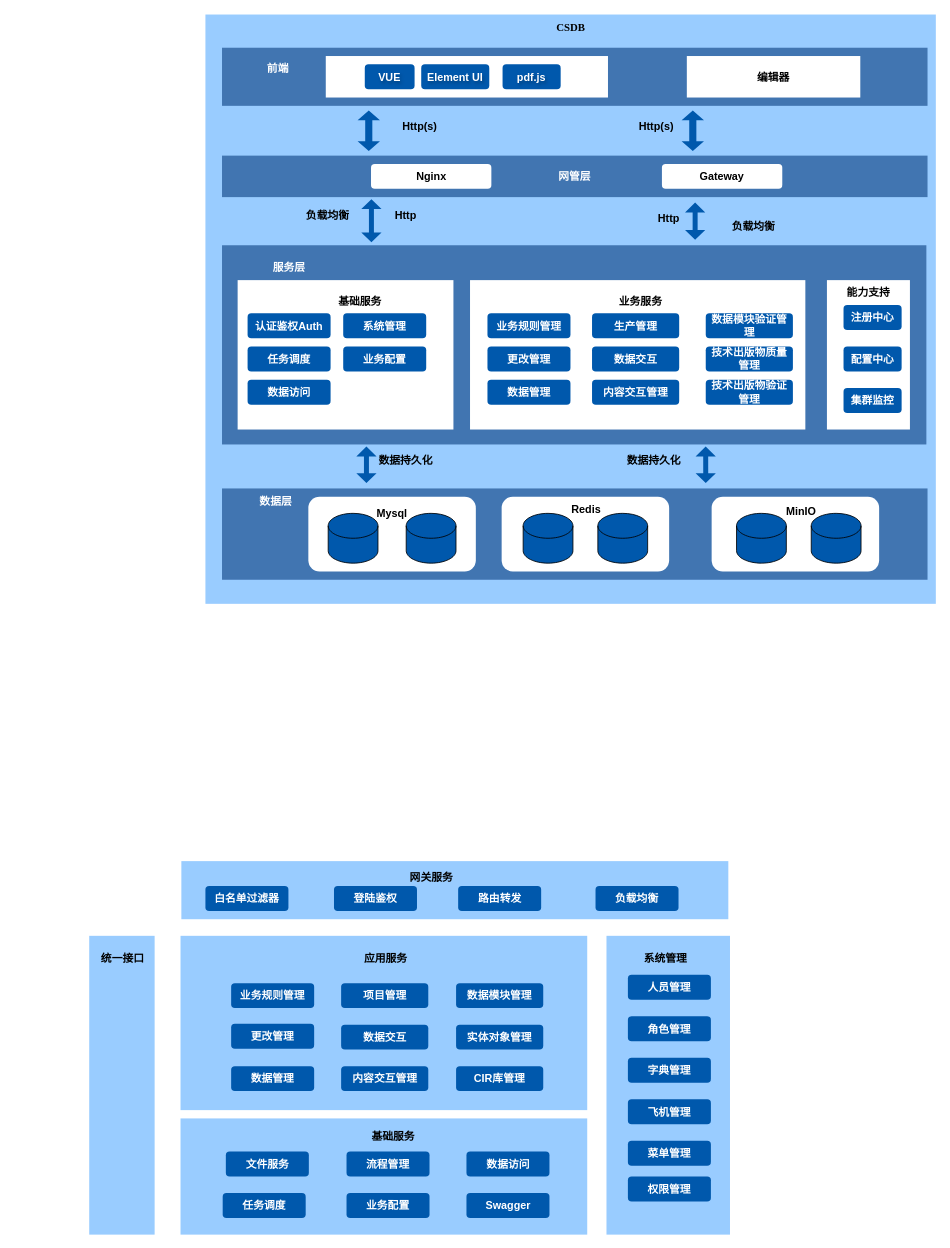
Before: csdb/应用架构图.drawio in DemonHan/KuickBuy, a draw.io diagram. Source tidied: cells renumbered, new cells numbered last; positions are measured from the earlier drawing's top-left corner, leaving out a move shared by most shapes. Both pictures are drawn from the tidied source at 83%, with x=0, y=0 at pixel (89, 14).
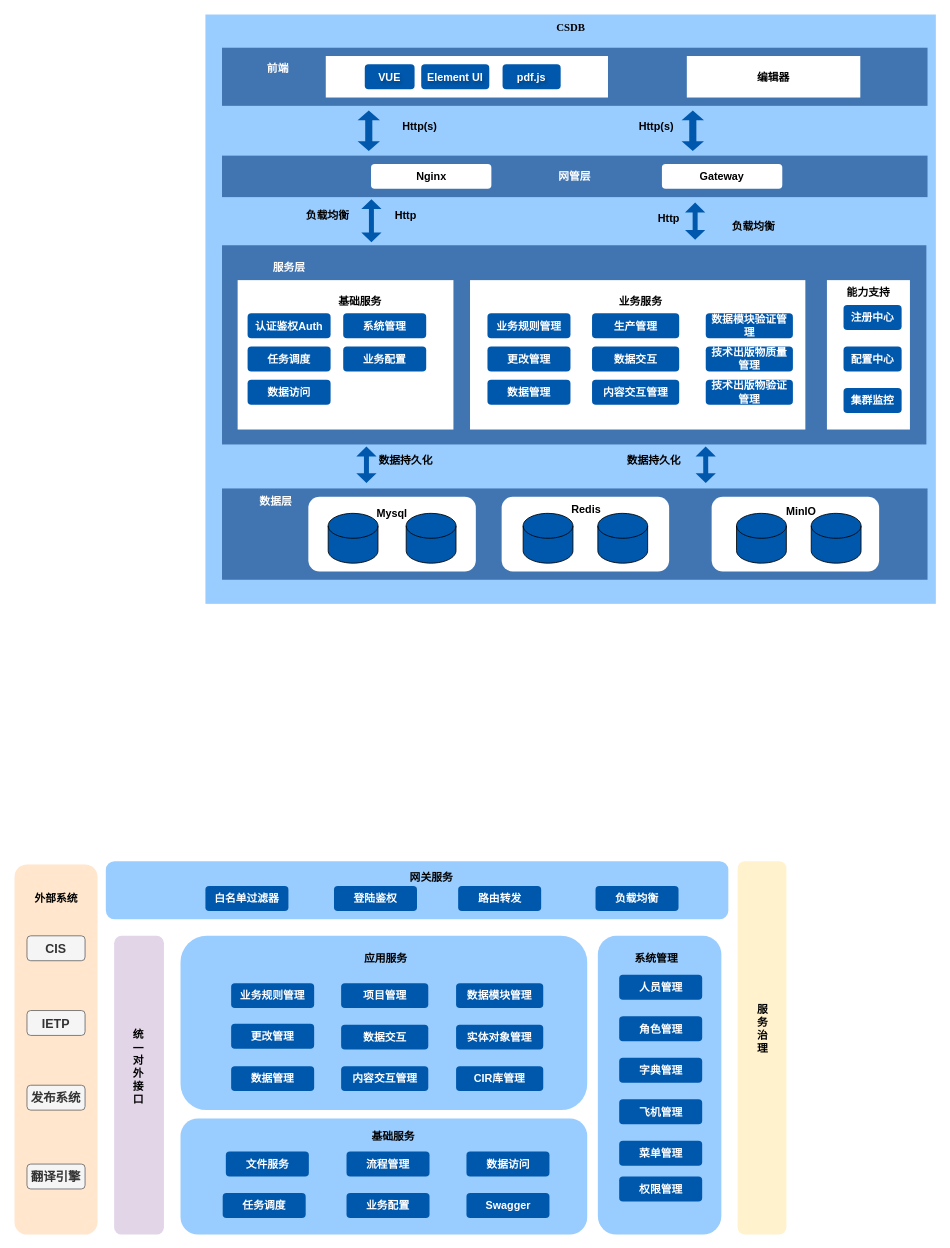
After the change.

Commit message (it also covers changes not shown here):
更新应用架构图.drawio

Change to the diagram source:
```diff
@@
-    <mxCell id="68" style="rounded=0;whiteSpace=wrap;html=1;fillColor=#99CCFF;strokeColor=none;" parent="1" vertex="1">
+    <mxCell id="68" style="rounded=1;whiteSpace=wrap;html=1;fillColor=#99CCFF;strokeColor=none;" parent="1" vertex="1">
       <mxGeometry x="110" y="1330" width="490" height="140" as="geometry" />
     </mxCell>
@@
-    <mxCell id="76" style="rounded=0;whiteSpace=wrap;html=1;fillColor=#99CCFF;strokeColor=none;" parent="1" vertex="1">
-      <mxGeometry x="623.2" y="1110" width="148.8" height="360" as="geometry" />
+    <mxCell id="76" style="rounded=1;whiteSpace=wrap;html=1;fillColor=#99CCFF;strokeColor=none;" parent="1" vertex="1">
+      <mxGeometry x="612.8" y="1110" width="148.8" height="360" as="geometry" />
     </mxCell>
     <mxCell id="77" value="系统管理" style="text;html=1;align=center;verticalAlign=middle;strokeColor=none;fillColor=none;fontStyle=1;fontSize=13;" parent="1" vertex="1">
-      <mxGeometry x="653.5" y="1122" width="80" height="30" as="geometry" />
+      <mxGeometry x="643" y="1122" width="80" height="30" as="geometry" />
     </mxCell>
     <mxCell id="78" value="人员管理" style="rounded=1;whiteSpace=wrap;html=1;fontStyle=1;fontSize=13;strokeColor=none;fillColor=#0058AC;fontColor=#FFFFFF;" parent="1" vertex="1">
-      <mxGeometry x="649" y="1157" width="100" height="30" as="geometry" />
+      <mxGeometry x="638.5" y="1157" width="100" height="30" as="geometry" />
     </mxCell>
     <mxCell id="79" value="角色管理" style="rounded=1;whiteSpace=wrap;html=1;fontStyle=1;fontSize=13;strokeColor=none;fillColor=#0058AC;fontColor=#FFFFFF;" parent="1" vertex="1">
-      <mxGeometry x="649" y="1207" width="100" height="30" as="geometry" />
+      <mxGeometry x="638.5" y="1207" width="100" height="30" as="geometry" />
     </mxCell>
     <mxCell id="80" value="字典管理" style="rounded=1;whiteSpace=wrap;html=1;fontStyle=1;fontSize=13;strokeColor=none;fillColor=#0058AC;fontColor=#FFFFFF;" parent="1" vertex="1">
-      <mxGeometry x="649" y="1257" width="100" height="30" as="geometry" />
+      <mxGeometry x="638.5" y="1257" width="100" height="30" as="geometry" />
     </mxCell>
     <mxCell id="81" value="飞机管理" style="rounded=1;whiteSpace=wrap;html=1;fontStyle=1;fontSize=13;strokeColor=none;fillColor=#0058AC;fontColor=#FFFFFF;" parent="1" vertex="1">
-      <mxGeometry x="649" y="1307" width="100" height="30" as="geometry" />
+      <mxGeometry x="638.5" y="1307" width="100" height="30" as="geometry" />
     </mxCell>
     <mxCell id="82" value="菜单管理" style="rounded=1;whiteSpace=wrap;html=1;fontStyle=1;fontSize=13;strokeColor=none;fillColor=#0058AC;fontColor=#FFFFFF;" parent="1" vertex="1">
-      <mxGeometry x="649" y="1357" width="100" height="30" as="geometry" />
+      <mxGeometry x="638.5" y="1357" width="100" height="30" as="geometry" />
     </mxCell>
     <mxCell id="83" value="权限管理" style="rounded=1;whiteSpace=wrap;html=1;fontStyle=1;fontSize=13;strokeColor=none;fillColor=#0058AC;fontColor=#FFFFFF;" parent="1" vertex="1">
-      <mxGeometry x="649" y="1400" width="100" height="30" as="geometry" />
+      <mxGeometry x="638.5" y="1400" width="100" height="30" as="geometry" />
     </mxCell>
-    <mxCell id="84" style="rounded=0;whiteSpace=wrap;html=1;fillColor=#99CCFF;strokeColor=none;" parent="1" vertex="1">
+    <mxCell id="84" style="rounded=1;whiteSpace=wrap;html=1;fillColor=#99CCFF;strokeColor=none;" parent="1" vertex="1">
       <mxGeometry x="110" y="1110" width="490" height="210" as="geometry" />
     </mxCell>
@@
-    <mxCell id="95" style="rounded=0;whiteSpace=wrap;html=1;fillColor=#99CCFF;strokeColor=none;" parent="1" vertex="1">
-      <mxGeometry x="111" y="1020" width="659" height="70" as="geometry" />
+    <mxCell id="95" style="rounded=1;whiteSpace=wrap;html=1;fillColor=#99CCFF;strokeColor=none;" parent="1" vertex="1">
+      <mxGeometry x="20" y="1020" width="750" height="70" as="geometry" />
     </mxCell>
@@
-    <mxCell id="101" style="rounded=0;whiteSpace=wrap;html=1;fillColor=#99CCFF;strokeColor=none;" parent="1" vertex="1">
-      <mxGeometry y="1110" width="78.8" height="360" as="geometry" />
+    <mxCell id="101" style="rounded=1;whiteSpace=wrap;html=1;fillColor=#e1d5e7;strokeColor=none;" parent="1" vertex="1">
+      <mxGeometry x="30" y="1110" width="60" height="360" as="geometry" />
     </mxCell>
-    <mxCell id="102" value="统一接口" style="text;html=1;align=center;verticalAlign=middle;strokeColor=none;fillColor=none;fontStyle=1;fontSize=13;" parent="1" vertex="1">
-      <mxGeometry y="1122" width="80" height="30" as="geometry" />
+    <mxCell id="102" value="统&lt;div&gt;一&lt;/div&gt;&lt;div&gt;对&lt;/div&gt;&lt;div&gt;外&lt;/div&gt;&lt;div&gt;接&lt;/div&gt;&lt;div&gt;口&lt;/div&gt;&lt;div&gt;&lt;br&gt;&lt;/div&gt;" style="text;html=1;align=center;verticalAlign=middle;strokeColor=none;fillColor=none;fontStyle=1;fontSize=13;" parent="1" vertex="1">
+      <mxGeometry x="38.8" y="1216" width="40" height="120" as="geometry" />
     </mxCell>
+    <mxCell id="103" style="rounded=1;whiteSpace=wrap;html=1;fillColor=#fff2cc;strokeColor=none;" parent="1" vertex="1">
+      <mxGeometry x="781.2" y="1020" width="58.8" height="450" as="geometry" />
+    </mxCell>
+    <mxCell id="104" value="服&lt;div&gt;务&lt;/div&gt;&lt;div&gt;治&lt;/div&gt;&lt;div&gt;理&lt;/div&gt;" style="text;html=1;align=center;verticalAlign=middle;strokeColor=none;fillColor=none;fontStyle=1;fontSize=13;" parent="1" vertex="1">
+      <mxGeometry x="790.6" y="1182" width="40" height="80" as="geometry" />
+    </mxCell>
+    <mxCell id="105" style="rounded=1;whiteSpace=wrap;html=1;fillColor=#ffe6cc;strokeColor=none;" parent="1" vertex="1">
+      <mxGeometry x="-90" y="1024" width="100" height="446" as="geometry" />
+    </mxCell>
+    <mxCell id="106" value="外部系统" style="text;html=1;align=center;verticalAlign=middle;strokeColor=none;fillColor=none;fontStyle=1;fontSize=13;" parent="1" vertex="1">
+      <mxGeometry x="-80" y="1050" width="80" height="30" as="geometry" />
+    </mxCell>
+    <mxCell id="107" value="CIS" style="rounded=1;whiteSpace=wrap;html=1;fontStyle=1;fontSize=15;strokeColor=#666666;fillColor=#f5f5f5;fontColor=#333333;" parent="1" vertex="1">
+      <mxGeometry x="-75" y="1110" width="70" height="30" as="geometry" />
+    </mxCell>
+    <mxCell id="108" value="IETP" style="rounded=1;whiteSpace=wrap;html=1;fontStyle=1;fontSize=15;strokeColor=#666666;fillColor=#f5f5f5;fontColor=#333333;" parent="1" vertex="1">
+      <mxGeometry x="-75" y="1200" width="70" height="30" as="geometry" />
+    </mxCell>
+    <mxCell id="109" value="发布系统" style="rounded=1;whiteSpace=wrap;html=1;fontStyle=1;fontSize=15;strokeColor=#666666;fillColor=#f5f5f5;fontColor=#333333;" parent="1" vertex="1">
+      <mxGeometry x="-75" y="1290" width="70" height="30" as="geometry" />
+    </mxCell>
+    <mxCell id="110" value="翻译引擎" style="rounded=1;whiteSpace=wrap;html=1;fontStyle=1;fontSize=15;strokeColor=#666666;fillColor=#f5f5f5;fontColor=#333333;" parent="1" vertex="1">
+      <mxGeometry x="-75" y="1385" width="70" height="30" as="geometry" />
+    </mxCell>
```
